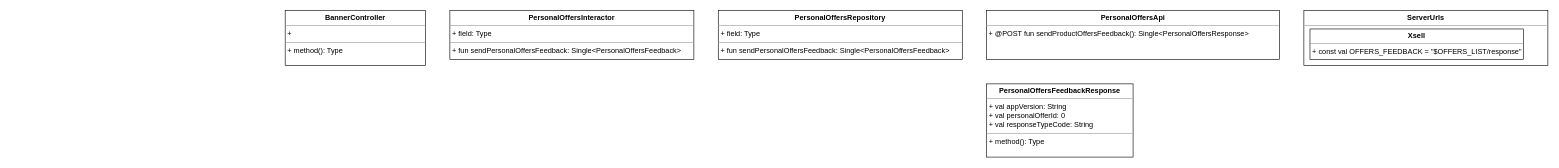
Earlier version of the draw.io diagram UNI-14524.drawio (ShiryaevNikolay/diagrams). Source tidied: cells renumbered, new cells numbered last; positions are measured from the earlier drawing's top-left corner, leaving out a move shared by most shapes. Both pictures are drawn from the tidied source at 61%, with x=0, y=0 at pixel (285, 10).
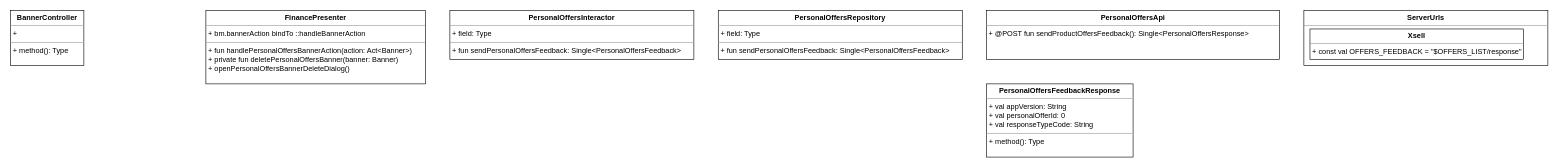
The same page after the edit.

Commit message:
обновление презентера

Diff of the diagram source:
```diff
@@
 <mxGraphModel>
   <root>
     <mxCell id="0" />
     <mxCell id="1" parent="0" />
     <mxCell id="2" value="&lt;p style=&quot;margin: 0px ; margin-top: 4px ; text-align: center&quot;&gt;&lt;b&gt;BannerController&lt;/b&gt;&lt;/p&gt;&lt;hr size=&quot;1&quot;&gt;&lt;p style=&quot;margin: 0px ; margin-left: 4px&quot;&gt;+ &lt;br&gt;&lt;/p&gt;&lt;hr size=&quot;1&quot;&gt;&lt;p style=&quot;margin: 0px ; margin-left: 4px&quot;&gt;+ method(): Type&lt;/p&gt;" style="verticalAlign=top;align=left;overflow=fill;fontSize=12;fontFamily=Helvetica;html=1;" parent="1" vertex="1">
-      <mxGeometry width="230" height="90" as="geometry" />
+      <mxGeometry x="-450" width="120" height="90" as="geometry" />
     </mxCell>
     <mxCell id="3" value="&lt;p style=&quot;margin: 0px ; margin-top: 4px ; text-align: center&quot;&gt;&lt;b&gt;ServerUrls&lt;/b&gt;&lt;/p&gt;&lt;hr size=&quot;1&quot;&gt;&lt;p style=&quot;margin: 0px ; margin-left: 4px&quot;&gt;&lt;br&gt;&lt;/p&gt;" style="verticalAlign=top;align=left;overflow=fill;fontSize=12;fontFamily=Helvetica;html=1;" parent="1" vertex="1">
       <mxGeometry x="1670" width="400" height="90" as="geometry" />
     </mxCell>
     <mxCell id="4" value="&lt;p style=&quot;margin: 0px ; margin-top: 4px ; text-align: center&quot;&gt;&lt;b&gt;Xsell&lt;/b&gt;&lt;/p&gt;&lt;hr size=&quot;1&quot;&gt;&lt;p style=&quot;margin: 0px ; margin-left: 4px&quot;&gt;+ const val OFFERS_FEEDBACK = &quot;$OFFERS_LIST/response&quot;&lt;br&gt;&lt;/p&gt;&lt;hr size=&quot;1&quot;&gt;" style="verticalAlign=top;align=left;overflow=fill;fontSize=12;fontFamily=Helvetica;html=1;" parent="1" vertex="1">
       <mxGeometry x="1680" y="30" width="350" height="50" as="geometry" />
     </mxCell>
     <mxCell id="5" value="&lt;p style=&quot;margin: 0px ; margin-top: 4px ; text-align: center&quot;&gt;&lt;b&gt;PersonalOffersApi&lt;/b&gt;&lt;/p&gt;&lt;hr size=&quot;1&quot;&gt;&amp;nbsp;+ @POST fun sendProductOffersFeedback(): Single&amp;lt;PersonalOffersResponse&amp;gt;" style="verticalAlign=top;align=left;overflow=fill;fontSize=12;fontFamily=Helvetica;html=1;" parent="1" vertex="1">
       <mxGeometry x="1150" width="480" height="80" as="geometry" />
     </mxCell>
     <mxCell id="6" value="&lt;p style=&quot;margin: 0px ; margin-top: 4px ; text-align: center&quot;&gt;&lt;b&gt;PersonalOffersFeedbackResponse&lt;/b&gt;&lt;/p&gt;&lt;hr size=&quot;1&quot;&gt;&lt;p style=&quot;margin: 0px ; margin-left: 4px&quot;&gt;+ val appVersion: String&lt;/p&gt;&lt;p style=&quot;margin: 0px ; margin-left: 4px&quot;&gt;+ val personalOfferId: 0&lt;/p&gt;&lt;p style=&quot;margin: 0px ; margin-left: 4px&quot;&gt;+ val responseTypeCode: String&lt;br&gt;&lt;/p&gt;&lt;hr size=&quot;1&quot;&gt;&lt;p style=&quot;margin: 0px ; margin-left: 4px&quot;&gt;+ method(): Type&lt;/p&gt;" style="verticalAlign=top;align=left;overflow=fill;fontSize=12;fontFamily=Helvetica;html=1;" parent="1" vertex="1">
       <mxGeometry x="1150" y="120" width="240" height="120" as="geometry" />
     </mxCell>
     <mxCell id="7" value="&lt;p style=&quot;margin: 0px ; margin-top: 4px ; text-align: center&quot;&gt;&lt;b&gt;PersonalOffersRepository&lt;/b&gt;&lt;/p&gt;&lt;hr size=&quot;1&quot;&gt;&lt;p style=&quot;margin: 0px ; margin-left: 4px&quot;&gt;+ field: Type&lt;/p&gt;&lt;hr size=&quot;1&quot;&gt;&lt;p style=&quot;margin: 0px ; margin-left: 4px&quot;&gt;+ fun sendPersonalOffersFeedback: Single&amp;lt;PersonalOffersFeedback&amp;gt;&lt;br&gt;&lt;/p&gt;" style="verticalAlign=top;align=left;overflow=fill;fontSize=12;fontFamily=Helvetica;html=1;" parent="1" vertex="1">
       <mxGeometry x="710" width="400" height="80" as="geometry" />
     </mxCell>
     <mxCell id="8" value="&lt;p style=&quot;margin: 0px ; margin-top: 4px ; text-align: center&quot;&gt;&lt;b&gt;PersonalOffersInteractor&lt;/b&gt;&lt;/p&gt;&lt;hr size=&quot;1&quot;&gt;&lt;p style=&quot;margin: 0px ; margin-left: 4px&quot;&gt;+ field: Type&lt;/p&gt;&lt;hr size=&quot;1&quot;&gt;&lt;p style=&quot;margin: 0px ; margin-left: 4px&quot;&gt;+ fun sendPersonalOffersFeedback: Single&amp;lt;PersonalOffersFeedback&amp;gt;&lt;br&gt;&lt;/p&gt;" style="verticalAlign=top;align=left;overflow=fill;fontSize=12;fontFamily=Helvetica;html=1;" parent="1" vertex="1">
       <mxGeometry x="270" width="400" height="80" as="geometry" />
     </mxCell>
+    <mxCell id="9" value="&lt;p style=&quot;margin: 0px ; margin-top: 4px ; text-align: center&quot;&gt;&lt;b&gt;FinancePresenter&lt;/b&gt;&lt;/p&gt;&lt;hr size=&quot;1&quot;&gt;&lt;p style=&quot;margin: 0px ; margin-left: 4px&quot;&gt;+ bm.bannerAction bindTo ::handleBannerAction&lt;br&gt;&lt;/p&gt;&lt;hr size=&quot;1&quot;&gt;&lt;p style=&quot;margin: 0px ; margin-left: 4px&quot;&gt;+ fun handlePersonalOffersBannerAction(action: Act&amp;lt;Banner&amp;gt;)&lt;/p&gt;&lt;p style=&quot;margin: 0px ; margin-left: 4px&quot;&gt;+ private fun deletePersonalOffersBanner(banner: Banner)&lt;/p&gt;&lt;p style=&quot;margin: 0px ; margin-left: 4px&quot;&gt;+ openPersonalOffersBannerDeleteDialog()&lt;br&gt;&lt;/p&gt;&lt;div&gt;&lt;br&gt;&lt;/div&gt;&lt;div&gt;&lt;br&gt;&lt;/div&gt;" style="verticalAlign=top;align=left;overflow=fill;fontSize=12;fontFamily=Helvetica;html=1;" parent="1" vertex="1">
+      <mxGeometry x="-130" width="360" height="120" as="geometry" />
+    </mxCell>
   </root>
 </mxGraphModel>
```
